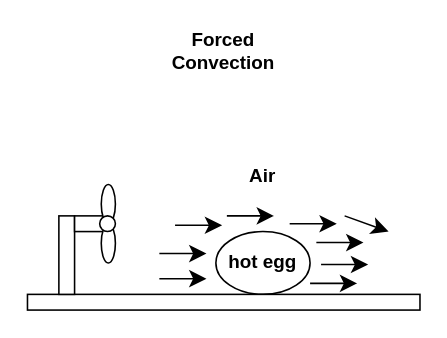
This is Thesis A/Diagrams.net Files/cooling_of_boiled_egg_forced_convection.drawio from nathansivalingam/mechanical-engineering-thesis-a, a draw.io file, before an edit. Source tidied: cells renumbered, new cells numbered last; positions are measured from the earlier drawing's top-left corner, leaving out a move shared by most shapes. Both pictures are drawn from the tidied source at 157%, with x=0, y=0 at pixel (27, 27).
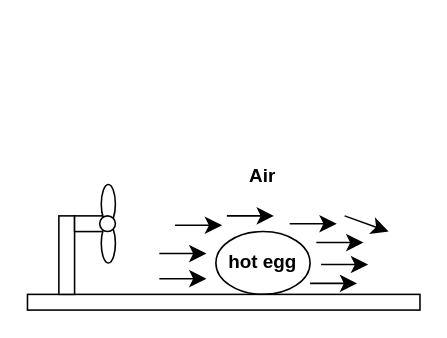
The same page after the edit.

Diff of the diagram source:
```diff
@@
-    <mxCell id="5" value="Forced Convection" style="text;html=1;align=center;verticalAlign=middle;whiteSpace=wrap;rounded=0;fontStyle=1;" parent="1" vertex="1">
-      <mxGeometry x="95" width="60" height="30" as="geometry" />
-    </mxCell>
```
